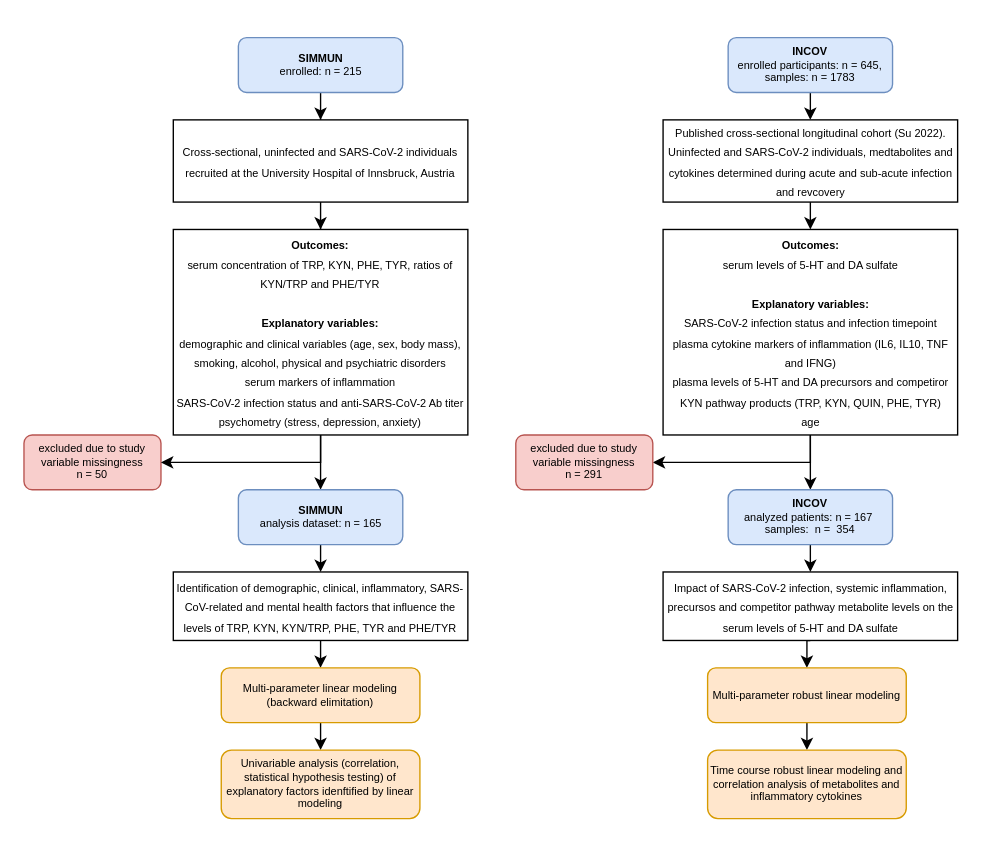
Before: schemes/inclusion.drawio in PiotrTymoszuk/simmun, a draw.io diagram. Source tidied: cells renumbered, new cells numbered last; positions are measured from the earlier drawing's top-left corner, leaving out a move shared by most shapes. Both pictures are drawn from the tidied source at 137%, with x=0, y=0 at pixel (23, 37).
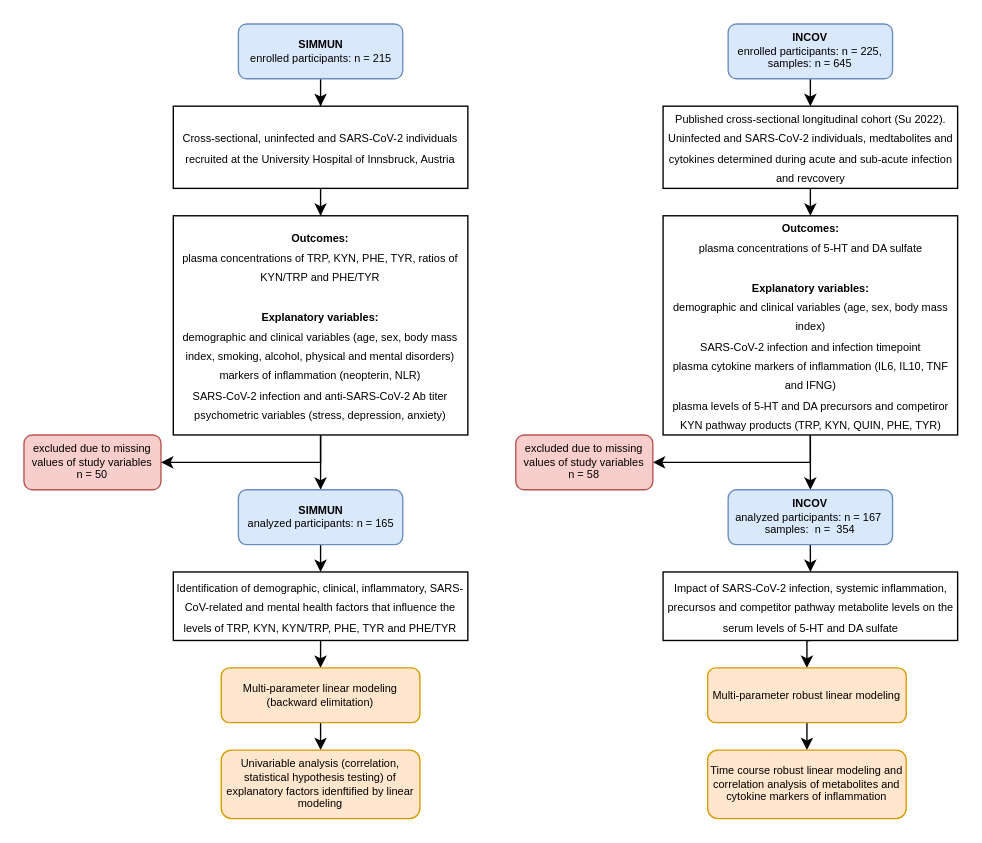
The same diagram, later.

What changed in the source:
```diff
@@
-    <mxCell id="3" value="SIMMUN&lt;br&gt;&lt;span style=&quot;font-weight: normal;&quot;&gt;enrolled: n = 215&lt;/span&gt;" style="rounded=1;whiteSpace=wrap;html=1;fontStyle=1;fontSize=8;fillColor=#dae8fc;strokeColor=#6c8ebf;" parent="1" vertex="1">
-      <mxGeometry x="156.5" width="120" height="40" as="geometry" />
+    <mxCell id="3" value="SIMMUN&lt;br&gt;&lt;span style=&quot;font-weight: normal;&quot;&gt;enrolled participants: n = 215&lt;/span&gt;" style="rounded=1;whiteSpace=wrap;html=1;fontStyle=1;fontSize=8;fillColor=#dae8fc;strokeColor=#6c8ebf;" parent="1" vertex="1">
+      <mxGeometry x="156.5" y="-10" width="120" height="40" as="geometry" />
     </mxCell>
-    <mxCell id="4" value="excluded due to study variable missingness&lt;br&gt;n = 50" style="rounded=1;whiteSpace=wrap;html=1;fontSize=8;fillColor=#f8cecc;strokeColor=#b85450;" parent="1" vertex="1">
+    <mxCell id="4" value="excluded due to missing values of study variables&lt;br&gt;n = 50" style="rounded=1;whiteSpace=wrap;html=1;fontSize=8;fillColor=#f8cecc;strokeColor=#b85450;" parent="1" vertex="1">
       <mxGeometry y="290" width="100" height="40" as="geometry" />
     </mxCell>
     <mxCell id="5" style="edgeStyle=orthogonalEdgeStyle;rounded=0;jettySize=auto;html=1;" parent="1" edge="1" source="7" target="9">
       <mxGeometry relative="1" as="geometry">
         <Array as="points">
-          <mxPoint x="216" y="330" />
-          <mxPoint x="216" y="330" />
+          <mxPoint x="216" y="320" />
+          <mxPoint x="216" y="320" />
         </Array>
       </mxGeometry>
     </mxCell>
@@
-    <mxCell id="7" value="&lt;font style=&quot;font-size: 8px;&quot;&gt;&lt;b style=&quot;border-color: var(--border-color);&quot;&gt;Outcomes:&lt;/b&gt;&lt;br style=&quot;border-color: var(--border-color);&quot;&gt;serum concentration of TRP, KYN, PHE, TYR, ratios of KYN/TRP and PHE/TYR&lt;br style=&quot;border-color: var(--border-color);&quot;&gt;&lt;br style=&quot;border-color: var(--border-color);&quot;&gt;&lt;b style=&quot;border-color: var(--border-color);&quot;&gt;Explanatory variables:&lt;br style=&quot;border-color: var(--border-color);&quot;&gt;&lt;/b&gt;demographic and clinical variables (age, sex, body mass), smoking, alcohol, physical and psychiatric disorders&lt;br style=&quot;border-color: var(--border-color);&quot;&gt;serum markers of inflammation&lt;br style=&quot;border-color: var(--border-color);&quot;&gt;SARS-CoV-2 infection status and anti-SARS-CoV-2 Ab titer&lt;br style=&quot;border-color: var(--border-color);&quot;&gt;psychometry (stress, depression, anxiety)&lt;/font&gt;" style="rounded=0;whiteSpace=wrap;html=1;" parent="1" vertex="1">
-      <mxGeometry x="109" y="140" width="215" height="150" as="geometry" />
+    <mxCell id="7" value="&lt;font style=&quot;font-size: 8px;&quot;&gt;&lt;b style=&quot;border-color: var(--border-color);&quot;&gt;Outcomes:&lt;/b&gt;&lt;br style=&quot;border-color: var(--border-color);&quot;&gt;plasma concentrations of TRP, KYN, PHE, TYR, ratios of KYN/TRP and PHE/TYR&lt;br style=&quot;border-color: var(--border-color);&quot;&gt;&lt;br style=&quot;border-color: var(--border-color);&quot;&gt;&lt;b style=&quot;border-color: var(--border-color);&quot;&gt;Explanatory variables:&lt;br style=&quot;border-color: var(--border-color);&quot;&gt;&lt;/b&gt;demographic and clinical variables (age, sex, body mass index, smoking, alcohol, physical and mental disorders)&lt;br style=&quot;border-color: var(--border-color);&quot;&gt;markers of inflammation (neopterin, NLR)&lt;br style=&quot;border-color: var(--border-color);&quot;&gt;SARS-CoV-2 infection and anti-SARS-CoV-2 Ab titer&lt;br style=&quot;border-color: var(--border-color);&quot;&gt;psychometric variables (stress, depression, anxiety)&lt;/font&gt;" style="rounded=0;whiteSpace=wrap;html=1;" parent="1" vertex="1">
+      <mxGeometry x="109" y="130" width="215" height="160" as="geometry" />
     </mxCell>
@@
-    <mxCell id="9" value="SIMMUN&lt;br&gt;&lt;span style=&quot;font-weight: normal;&quot;&gt;analysis dataset: n = 165&lt;/span&gt;" style="rounded=1;whiteSpace=wrap;html=1;fontStyle=1;fontSize=8;fillColor=#dae8fc;strokeColor=#6c8ebf;" parent="1" vertex="1">
+    <mxCell id="9" value="SIMMUN&lt;br&gt;&lt;span style=&quot;font-weight: normal;&quot;&gt;analyzed participants: n = 165&lt;/span&gt;" style="rounded=1;whiteSpace=wrap;html=1;fontStyle=1;fontSize=8;fillColor=#dae8fc;strokeColor=#6c8ebf;" parent="1" vertex="1">
       <mxGeometry x="156.5" y="330" width="120" height="40" as="geometry" />
     </mxCell>
@@
-    <mxCell id="16" value="INCOV&lt;br&gt;&lt;span style=&quot;font-weight: 400;&quot;&gt;enrolled participants: n = 645, samples: n = 1783&lt;/span&gt;" style="rounded=1;whiteSpace=wrap;html=1;fontStyle=1;fontSize=8;fillColor=#dae8fc;strokeColor=#6c8ebf;" parent="1" vertex="1">
-      <mxGeometry x="514" width="120" height="40" as="geometry" />
+    <mxCell id="16" value="INCOV&lt;br&gt;&lt;span style=&quot;font-weight: 400;&quot;&gt;enrolled participants: n = 225, samples: n = 645&lt;/span&gt;" style="rounded=1;whiteSpace=wrap;html=1;fontStyle=1;fontSize=8;fillColor=#dae8fc;strokeColor=#6c8ebf;" parent="1" vertex="1">
+      <mxGeometry x="514" y="-10" width="120" height="40" as="geometry" />
     </mxCell>
@@
-    <mxCell id="21" value="&lt;font style=&quot;font-size: 8px;&quot;&gt;&lt;b style=&quot;border-color: var(--border-color);&quot;&gt;Outcomes:&lt;/b&gt;&lt;br style=&quot;border-color: var(--border-color);&quot;&gt;serum levels of 5-HT and DA sulfate&lt;br style=&quot;border-color: var(--border-color);&quot;&gt;&lt;br style=&quot;border-color: var(--border-color);&quot;&gt;&lt;b style=&quot;border-color: var(--border-color);&quot;&gt;Explanatory variables:&lt;br style=&quot;border-color: var(--border-color);&quot;&gt;&lt;/b&gt;SARS-CoV-2 infection status and infection timepoint&lt;br&gt;plasma cytokine markers of inflammation (IL6, IL10, TNF and IFNG)&lt;br&gt;plasma levels of 5-HT and DA precursors and competiror KYN pathway products (TRP, KYN, QUIN, PHE, TYR)&lt;br&gt;age&lt;br&gt;&lt;/font&gt;" style="rounded=0;whiteSpace=wrap;html=1;" parent="1" vertex="1">
-      <mxGeometry x="466.5" y="140" width="215" height="150" as="geometry" />
+    <mxCell id="21" value="&lt;font style=&quot;font-size: 8px;&quot;&gt;&lt;b style=&quot;border-color: var(--border-color);&quot;&gt;Outcomes:&lt;/b&gt;&lt;br style=&quot;border-color: var(--border-color);&quot;&gt;plasma concentrations of 5-HT and DA sulfate&lt;br style=&quot;border-color: var(--border-color);&quot;&gt;&lt;br style=&quot;border-color: var(--border-color);&quot;&gt;&lt;span style=&quot;border-color: var(--border-color);&quot;&gt;&lt;b&gt;Explanatory variables:&lt;/b&gt;&lt;br&gt;demographic and clinical variables (age, sex, body mass index)&lt;br style=&quot;border-color: var(--border-color);&quot;&gt;&lt;/span&gt;SARS-CoV-2 infection and infection timepoint&lt;br&gt;plasma cytokine markers of inflammation (IL6, IL10, TNF and IFNG)&lt;br&gt;plasma levels of 5-HT and DA precursors and competiror KYN pathway products (TRP, KYN, QUIN, PHE, TYR)&lt;br&gt;&lt;/font&gt;" style="rounded=0;whiteSpace=wrap;html=1;" parent="1" vertex="1">
+      <mxGeometry x="466.5" y="130" width="215" height="160" as="geometry" />
     </mxCell>
@@
-    <mxCell id="24" value="Time course robust linear modeling and correlation analysis of metabolites and inflammatory cytokines" style="rounded=1;whiteSpace=wrap;html=1;fontSize=8;fillColor=#ffe6cc;strokeColor=#d79b00;" parent="1" vertex="1">
+    <mxCell id="24" value="Time course robust linear modeling and correlation analysis of metabolites and cytokine markers of inflammation" style="rounded=1;whiteSpace=wrap;html=1;fontSize=8;fillColor=#ffe6cc;strokeColor=#d79b00;" parent="1" vertex="1">
       <mxGeometry x="499" y="520" width="145" height="50" as="geometry" />
     </mxCell>
@@
-    <mxCell id="26" value="INCOV&lt;br&gt;&lt;span style=&quot;font-weight: normal;&quot;&gt;analyzed patients: n = 167&amp;nbsp;&lt;br&gt;samples:&amp;nbsp; n =&amp;nbsp; 354&lt;/span&gt;" style="rounded=1;whiteSpace=wrap;html=1;fontStyle=1;fontSize=8;fillColor=#dae8fc;strokeColor=#6c8ebf;" parent="1" vertex="1">
+    <mxCell id="26" value="INCOV&lt;br&gt;&lt;span style=&quot;font-weight: normal;&quot;&gt;analyzed participants: n = 167&amp;nbsp;&lt;br&gt;samples:&amp;nbsp; n =&amp;nbsp; 354&lt;/span&gt;" style="rounded=1;whiteSpace=wrap;html=1;fontStyle=1;fontSize=8;fillColor=#dae8fc;strokeColor=#6c8ebf;" parent="1" vertex="1">
       <mxGeometry x="514" y="330" width="120" height="40" as="geometry" />
     </mxCell>
-    <mxCell id="27" value="excluded due to study variable missingness&lt;br&gt;n = 291" style="rounded=1;whiteSpace=wrap;html=1;fontSize=8;fillColor=#f8cecc;strokeColor=#b85450;" parent="1" vertex="1">
+    <mxCell id="27" value="excluded due to missing values of study variables&lt;br&gt;n = 58" style="rounded=1;whiteSpace=wrap;html=1;fontSize=8;fillColor=#f8cecc;strokeColor=#b85450;" parent="1" vertex="1">
       <mxGeometry x="359" y="290" width="100" height="40" as="geometry" />
     </mxCell>
@@
     <mxCell id="29" value="&lt;font style=&quot;font-size: 8px;&quot;&gt;Cross-sectional, uninfected and SARS-CoV-2 individuals&lt;br&gt;recruited at the University Hospital of Innsbruck, Austria&lt;br&gt;&lt;/font&gt;" style="rounded=0;whiteSpace=wrap;html=1;" parent="1" vertex="1">
-      <mxGeometry x="109" y="60" width="215" height="60" as="geometry" />
+      <mxGeometry x="109" y="50" width="215" height="60" as="geometry" />
     </mxCell>
@@
     <mxCell id="31" value="&lt;font style=&quot;font-size: 8px;&quot;&gt;Published cross-sectional longitudinal cohort (Su 2022).&lt;br&gt;Uninfected and SARS-CoV-2 individuals, medtabolites and cytokines determined during acute and sub-acute infection and revcovery&lt;br&gt;&lt;/font&gt;" style="rounded=0;whiteSpace=wrap;html=1;" parent="1" vertex="1">
-      <mxGeometry x="466.5" y="60" width="215" height="60" as="geometry" />
+      <mxGeometry x="466.5" y="50" width="215" height="60" as="geometry" />
     </mxCell>
```
